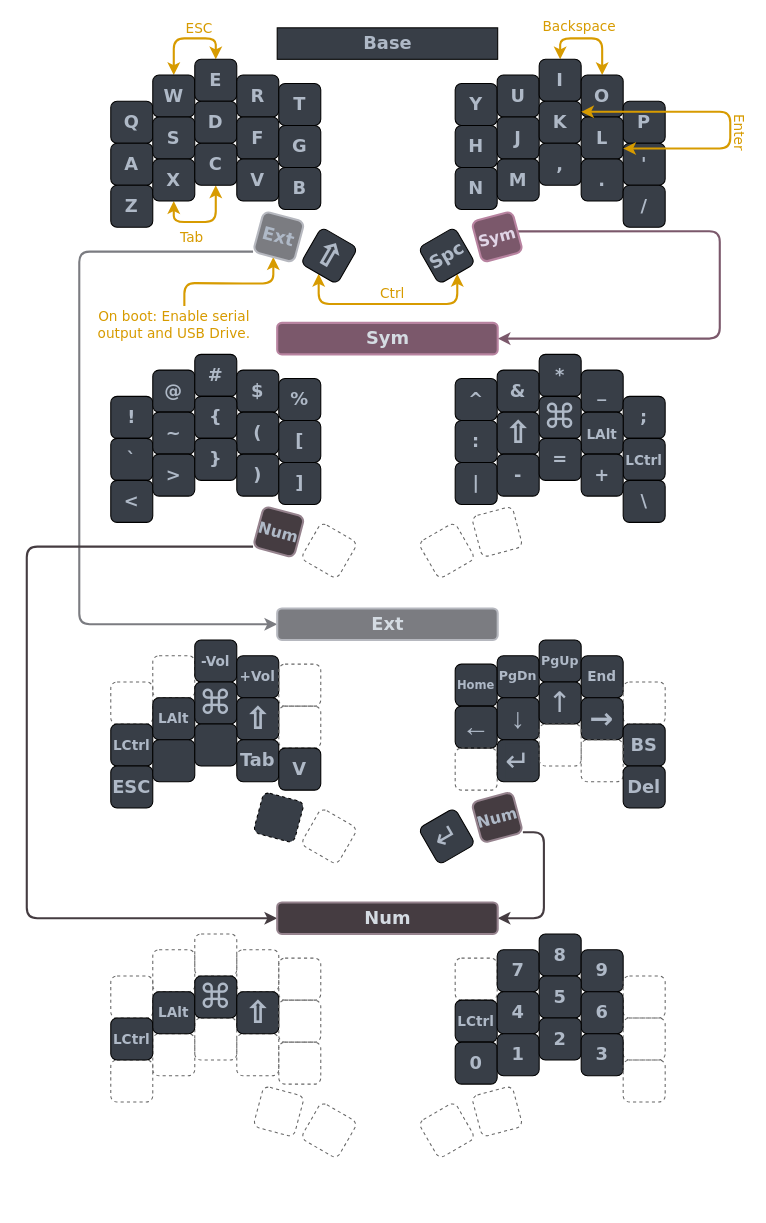
Above: assets/layout.drawio in nirosys/sweep-kmk (draw.io), before the change. Source tidied: cells renumbered, new cells numbered last; positions are measured from the earlier drawing's top-left corner, leaving out a move shared by most shapes. Both pictures are drawn from the tidied source at 105%, with x=0, y=0 at pixel (26, 27).
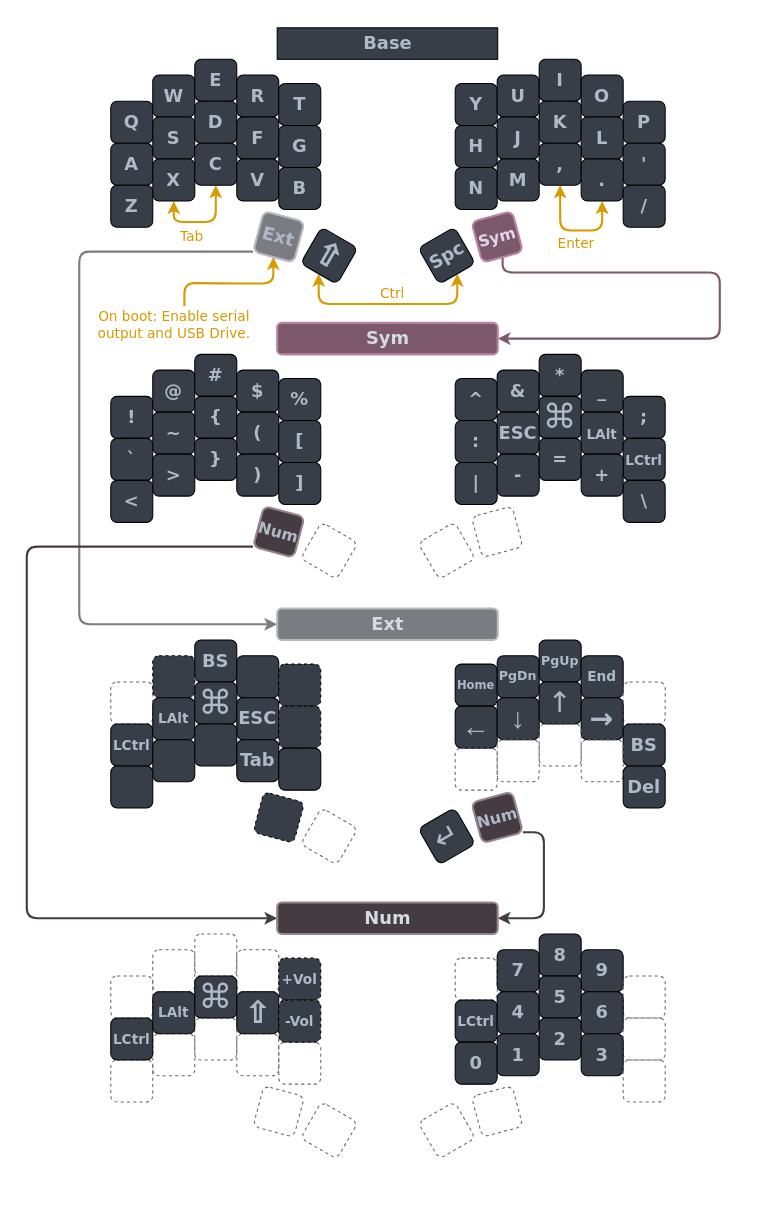
Above is the later version.

Commit message (it also covers changes not shown here):
Update layout to get rid of problematic chords (io, and we) along with misc other changes

Unchanged cells that the change refers to:
```xml
<mxCell id="5" value="W" style="whiteSpace=wrap;html=1;fontSize=17;fontFamily=Verdana;fontStyle=1;fontColor=#AFB9C7;fillColor=#383E47;rounded=1;" parent="1" vertex="1">
  <mxGeometry x="120" y="45" width="40" height="40" as="geometry" />
</mxCell>
<mxCell id="6" value="E" style="whiteSpace=wrap;html=1;fontSize=17;fontFamily=Verdana;fontStyle=1;fontColor=#AFB9C7;fillColor=#383E47;rounded=1;" parent="1" vertex="1">
  <mxGeometry x="160" y="30" width="40" height="40" as="geometry" />
</mxCell>
<mxCell id="31" value="I" style="whiteSpace=wrap;html=1;fontSize=17;fontFamily=Verdana;fontStyle=1;fontColor=#AFB9C7;fillColor=#383E47;rounded=1;" parent="1" vertex="1">
  <mxGeometry x="488" y="30" width="40" height="40" as="geometry" />
</mxCell>
<mxCell id="32" value="O" style="whiteSpace=wrap;html=1;fontSize=17;fontFamily=Verdana;fontStyle=1;fontColor=#AFB9C7;fillColor=#383E47;rounded=1;" parent="1" vertex="1">
  <mxGeometry x="528" y="45" width="40" height="40" as="geometry" />
</mxCell>
<mxCell id="36" value="K" style="whiteSpace=wrap;html=1;fontSize=17;fontFamily=Verdana;fontStyle=1;fontColor=#AFB9C7;fillColor=#383E47;rounded=1;" parent="1" vertex="1">
  <mxGeometry x="488" y="70" width="40" height="40" as="geometry" />
</mxCell>
<mxCell id="37" value="L" style="whiteSpace=wrap;html=1;fontSize=17;fontFamily=Verdana;fontStyle=1;fontColor=#AFB9C7;fillColor=#383E47;rounded=1;" parent="1" vertex="1">
  <mxGeometry x="528" y="85" width="40" height="40" as="geometry" />
</mxCell>
<mxCell id="41" value="," style="whiteSpace=wrap;html=1;fontSize=17;fontFamily=Verdana;fontStyle=1;fontColor=#AFB9C7;fillColor=#383E47;rounded=1;" parent="1" vertex="1">
  <mxGeometry x="488" y="110" width="40" height="40" as="geometry" />
</mxCell>
<mxCell id="42" value="." style="whiteSpace=wrap;html=1;fontSize=17;fontFamily=Verdana;fontStyle=1;fontColor=#AFB9C7;fillColor=#383E47;rounded=1;" parent="1" vertex="1">
  <mxGeometry x="528" y="125" width="40" height="40" as="geometry" />
</mxCell>
<mxCell id="46" value="&lt;font style=&quot;font-size: 15px&quot;&gt;Sym&lt;/font&gt;" style="whiteSpace=wrap;html=1;rotation=-15;fontSize=17;fontFamily=Verdana;fontStyle=1;fillColor=#7B586B;strokeColor=#B883A0;fontColor=#E1D5E7;rounded=1;strokeWidth=2;" parent="1" vertex="1">
  <mxGeometry x="428" y="179" width="40" height="40" as="geometry" />
</mxCell>
<mxCell id="83" value="&lt;b&gt;Sym&lt;/b&gt;" style="rounded=1;whiteSpace=wrap;html=1;fontFamily=Verdana;fontSize=17;fillColor=#7B586B;strokeColor=#B883A0;fontStyle=0;fontColor=#D4DBE2;strokeWidth=2;" parent="1" vertex="1">
  <mxGeometry x="238.5" y="281" width="210" height="30" as="geometry" />
</mxCell>
```

Change to the diagram source:
```diff
@@
-    <mxCell id="3" style="edgeStyle=orthogonalEdgeStyle;rounded=1;jettySize=auto;html=1;exitX=0.5;exitY=0;exitDx=0;exitDy=0;entryX=0.5;entryY=0;entryDx=0;entryDy=0;fontFamily=Verdana;fontSize=13;fontColor=#302316;startArrow=classic;startFill=1;strokeColor=#d79b00;fillColor=#ffe6cc;strokeWidth=2;" parent="1" edge="1" source="5" target="6">
-      <mxGeometry relative="1" as="geometry" />
-    </mxCell>
-    <mxCell id="4" value="ESC" style="edgeLabel;html=1;align=center;verticalAlign=bottom;fontSize=13;fontFamily=Verdana;fontColor=#D79B00;labelBackgroundColor=none;" parent="3" vertex="1">
-      <mxGeometry x="0.22" relative="1" as="geometry" />
-    </mxCell>
@@
-    <mxCell id="29" style="edgeStyle=orthogonalEdgeStyle;rounded=1;jettySize=auto;html=1;exitX=0.5;exitY=0;exitDx=0;exitDy=0;entryX=0.5;entryY=0;entryDx=0;entryDy=0;fontFamily=Verdana;fontSize=13;fontColor=#302316;startArrow=classic;startFill=1;strokeColor=#d79b00;fillColor=#ffe6cc;strokeWidth=2;" parent="1" edge="1" source="31" target="32">
-      <mxGeometry relative="1" as="geometry" />
-    </mxCell>
-    <mxCell id="30" value="Backspace" style="edgeLabel;html=1;align=center;verticalAlign=bottom;fontSize=13;fontFamily=Verdana;fontColor=#D79B00;labelBackgroundColor=none;" parent="29" vertex="1">
-      <mxGeometry x="-0.22" y="1" relative="1" as="geometry" />
-    </mxCell>
@@
+    <mxCell id="159" style="edgeStyle=orthogonalEdgeStyle;rounded=1;sketch=0;jettySize=auto;html=1;exitX=0.5;exitY=1;exitDx=0;exitDy=0;entryX=0.5;entryY=1;entryDx=0;entryDy=0;labelBackgroundColor=none;fontFamily=Verdana;fontSize=17;fontColor=#D79B00;startArrow=classic;startFill=1;endArrow=classic;endFill=1;strokeColor=#D79B00;strokeWidth=2;" parent="1" edge="1" source="41" target="42">
+      <mxGeometry relative="1" as="geometry">
+        <Array as="points">
+          <mxPoint x="508" y="193" />
+          <mxPoint x="548" y="193" />
+        </Array>
+      </mxGeometry>
+    </mxCell>
+    <mxCell id="157" value="Enter" style="edgeLabel;html=1;align=center;verticalAlign=top;fontSize=13;fontFamily=Verdana;fontColor=#D79B00;labelBackgroundColor=none;" parent="159" vertex="1">
+      <mxGeometry x="0.03" y="2" relative="1" as="geometry" />
+    </mxCell>
@@
-    <mxCell id="45" style="edgeStyle=orthogonalEdgeStyle;rounded=1;jettySize=auto;html=1;exitX=1;exitY=0.5;exitDx=0;exitDy=0;entryX=1;entryY=0.5;entryDx=0;entryDy=0;fontSize=14;fontColor=#9933FF;fontFamily=Verdana;strokeColor=#7B586B;strokeWidth=2;" parent="1" edge="1" source="46" target="83">
+    <mxCell id="45" style="edgeStyle=orthogonalEdgeStyle;rounded=1;jettySize=auto;html=1;exitX=0.5;exitY=1;exitDx=0;exitDy=0;entryX=1;entryY=0.5;entryDx=0;entryDy=0;fontSize=14;fontColor=#9933FF;fontFamily=Verdana;strokeColor=#7B586B;strokeWidth=2;" parent="1" edge="1" source="46" target="83">
       <mxGeometry relative="1" as="geometry">
         <Array as="points">
-          <mxPoint x="660" y="194" />
+          <mxPoint x="453" y="233" />
+          <mxPoint x="660" y="233" />
           <mxPoint x="660" y="296" />
         </Array>
       </mxGeometry>
     </mxCell>
@@
-    <mxCell id="72" value="&lt;span style=&quot;font-family: &amp;#34;segoe ui emoji&amp;#34; , &amp;#34;apple color emoji&amp;#34; , &amp;#34;noto color emoji&amp;#34; ; font-size: 28px&quot;&gt;⇧&lt;/span&gt;" style="whiteSpace=wrap;html=1;fontSize=17;fontFamily=Verdana;fontStyle=1;fontColor=#AFB9C7;fillColor=#383E47;rounded=1;" parent="1" vertex="1">
+    <mxCell id="72" value="ESC" style="whiteSpace=wrap;html=1;fontSize=17;fontFamily=Verdana;fontStyle=1;fontColor=#AFB9C7;fillColor=#383E47;rounded=1;" parent="1" vertex="1">
       <mxGeometry x="448" y="366" width="40" height="40" as="geometry" />
     </mxCell>
@@
-    <mxCell id="85" style="whiteSpace=wrap;html=1;fontSize=17;fontFamily=Verdana;fontStyle=1;fontColor=#333333;fillColor=none;rounded=1;strokeColor=#666666;shadow=0;sketch=0;glass=0;dashed=1;" parent="1" vertex="1">
+    <mxCell id="85" style="whiteSpace=wrap;html=1;fontSize=17;fontFamily=Verdana;fontStyle=1;fontColor=#AFB9C7;fillColor=#383E47;rounded=1;strokeColor=default;shadow=0;sketch=0;glass=0;dashed=1;" parent="1" vertex="1">
       <mxGeometry x="120" y="598" width="40" height="40" as="geometry" />
     </mxCell>
-    <mxCell id="86" value="-Vol" style="whiteSpace=wrap;html=1;fontSize=13;fontFamily=Verdana;fontStyle=1;fontColor=#AFB9C7;fillColor=#383E47;rounded=1;" parent="1" vertex="1">
+    <mxCell id="86" value="BS" style="whiteSpace=wrap;html=1;fontSize=17;fontFamily=Verdana;fontStyle=1;fontColor=#AFB9C7;fillColor=#383E47;rounded=1;" parent="1" vertex="1">
       <mxGeometry x="160" y="583" width="40" height="40" as="geometry" />
     </mxCell>
-    <mxCell id="87" value="+Vol" style="whiteSpace=wrap;html=1;fontSize=13;fontFamily=Verdana;fontStyle=1;fontColor=#AFB9C7;fillColor=#383E47;rounded=1;" parent="1" vertex="1">
+    <mxCell id="87" style="whiteSpace=wrap;html=1;fontSize=13;fontFamily=Verdana;fontStyle=1;fontColor=#AFB9C7;fillColor=#383E47;rounded=1;" parent="1" vertex="1">
       <mxGeometry x="200" y="598" width="40" height="40" as="geometry" />
     </mxCell>
-    <mxCell id="88" style="whiteSpace=wrap;html=1;fontSize=17;fontFamily=Verdana;fontStyle=1;fontColor=#333333;fillColor=none;rounded=1;strokeColor=#666666;shadow=0;sketch=0;glass=0;dashed=1;" parent="1" vertex="1">
+    <mxCell id="88" style="whiteSpace=wrap;html=1;fontSize=13;fontFamily=Verdana;fontStyle=1;fontColor=#AFB9C7;fillColor=#383E47;rounded=1;strokeColor=default;shadow=0;sketch=0;glass=0;dashed=1;" parent="1" vertex="1">
       <mxGeometry x="240" y="606" width="40" height="40" as="geometry" />
     </mxCell>
@@
-    <mxCell id="92" value="&lt;span style=&quot;font-family: &amp;#34;segoe ui emoji&amp;#34; , &amp;#34;apple color emoji&amp;#34; , &amp;#34;noto color emoji&amp;#34; ; font-size: 28px&quot;&gt;⇧&lt;/span&gt;" style="whiteSpace=wrap;html=1;fontSize=13;fontFamily=Verdana;fontStyle=1;fillColor=#383E47;strokeColor=default;fontColor=#AFB9C7;rounded=1;" parent="1" vertex="1">
+    <mxCell id="92" value="&lt;span style=&quot;font-size: 17px&quot;&gt;ESC&lt;/span&gt;" style="whiteSpace=wrap;html=1;fontSize=13;fontFamily=Verdana;fontStyle=1;fillColor=#383E47;strokeColor=default;fontColor=#AFB9C7;rounded=1;" parent="1" vertex="1">
       <mxGeometry x="200" y="638" width="40" height="40" as="geometry" />
     </mxCell>
-    <mxCell id="93" style="whiteSpace=wrap;html=1;fontSize=17;fontFamily=Verdana;fontStyle=1;fillColor=none;strokeColor=#666666;fontColor=#333333;rounded=1;shadow=0;sketch=0;glass=0;dashed=1;" parent="1" vertex="1">
+    <mxCell id="93" style="whiteSpace=wrap;html=1;fontSize=17;fontFamily=Verdana;fontStyle=1;fillColor=#383E47;strokeColor=default;fontColor=#AFB9C7;rounded=1;shadow=0;sketch=0;glass=0;dashed=1;" parent="1" vertex="1">
       <mxGeometry x="240" y="646" width="40" height="40" as="geometry" />
     </mxCell>
-    <mxCell id="94" value="&lt;span style=&quot;font-size: 17px;&quot;&gt;ESC&lt;/span&gt;" style="whiteSpace=wrap;html=1;fontSize=17;fontFamily=Verdana;fontStyle=1;fontColor=#AFB9C7;fillColor=#383E47;rounded=1;" parent="1" vertex="1">
+    <mxCell id="94" style="whiteSpace=wrap;html=1;fontSize=17;fontFamily=Verdana;fontStyle=1;fontColor=#AFB9C7;fillColor=#383E47;rounded=1;" parent="1" vertex="1">
       <mxGeometry x="80" y="703" width="40" height="40" as="geometry" />
     </mxCell>
@@
-    <mxCell id="98" value="&lt;span style=&quot;font-size: 17px;&quot;&gt;V&lt;/span&gt;" style="whiteSpace=wrap;html=1;fontSize=17;fontFamily=Verdana;fontStyle=1;fontColor=#AFB9C7;fillColor=#383E47;rounded=1;" parent="1" vertex="1">
+    <mxCell id="98" style="whiteSpace=wrap;html=1;fontSize=17;fontFamily=Verdana;fontStyle=1;fontColor=#AFB9C7;fillColor=#383E47;rounded=1;" parent="1" vertex="1">
       <mxGeometry x="240" y="686" width="40" height="40" as="geometry" />
     </mxCell>
@@
-    <mxCell id="112" value="&lt;span style=&quot;font-size: 28px ; font-weight: 400 ; background-color: rgb(56 , 62 , 71)&quot;&gt;↵&lt;/span&gt;" style="whiteSpace=wrap;html=1;fontSize=17;fontFamily=Verdana;fontStyle=1;fontColor=#AFB9C7;fillColor=#383E47;rounded=1;" parent="1" vertex="1">
+    <mxCell id="112" style="whiteSpace=wrap;html=1;fontSize=17;fontFamily=Verdana;fontStyle=1;fontColor=#333333;fillColor=none;rounded=1;strokeColor=#666666;shadow=0;sketch=0;glass=0;dashed=1;" parent="1" vertex="1">
       <mxGeometry x="448" y="678" width="40" height="40" as="geometry" />
     </mxCell>
@@
-    <mxCell id="124" style="whiteSpace=wrap;html=1;fontSize=17;fontFamily=Verdana;fontStyle=1;fontColor=#333333;fillColor=none;rounded=1;strokeColor=#666666;shadow=0;sketch=0;glass=0;dashed=1;" parent="1" vertex="1">
+    <mxCell id="124" value="&lt;span&gt;+Vol&lt;/span&gt;" style="whiteSpace=wrap;html=1;fontSize=13;fontFamily=Verdana;fontStyle=1;fontColor=#AFB9C7;fillColor=#383E47;rounded=1;strokeColor=default;shadow=0;sketch=0;glass=0;dashed=1;" parent="1" vertex="1">
       <mxGeometry x="240" y="886" width="40" height="40" as="geometry" />
     </mxCell>
@@
-    <mxCell id="152" style="whiteSpace=wrap;html=1;fontSize=17;fontFamily=Verdana;fontStyle=1;fillColor=none;strokeColor=#666666;fontColor=#333333;rounded=1;shadow=0;sketch=0;glass=0;dashed=1;" parent="1" vertex="1">
+    <mxCell id="152" value="&lt;span&gt;-Vol&lt;/span&gt;" style="whiteSpace=wrap;html=1;fontSize=13;fontFamily=Verdana;fontStyle=1;fillColor=#383E47;strokeColor=default;fontColor=#AFB9C7;rounded=1;shadow=0;sketch=0;glass=0;dashed=1;" parent="1" vertex="1">
       <mxGeometry x="240" y="926" width="40" height="40" as="geometry" />
     </mxCell>
@@
-    <mxCell id="156" style="edgeStyle=orthogonalEdgeStyle;rounded=1;jettySize=auto;html=1;exitX=1;exitY=0.25;exitDx=0;exitDy=0;entryX=1;entryY=0.75;entryDx=0;entryDy=0;fontFamily=Verdana;fontSize=13;fontColor=#302316;startArrow=classic;startFill=1;strokeColor=#d79b00;sketch=0;fillColor=#ffe6cc;strokeWidth=2;" parent="1" edge="1" source="36" target="37">
-      <mxGeometry relative="1" as="geometry">
-        <Array as="points">
-          <mxPoint x="670" y="80" />
-          <mxPoint x="670" y="115" />
-        </Array>
-      </mxGeometry>
-    </mxCell>
-    <mxCell id="157" value="Enter" style="edgeLabel;html=1;align=center;verticalAlign=bottom;fontSize=13;fontFamily=Verdana;fontColor=#D79B00;horizontal=1;rotation=90;labelBackgroundColor=none;" parent="156" vertex="1">
-      <mxGeometry x="0.11" y="-3" relative="1" as="geometry">
-        <mxPoint x="3" y="6" as="offset" />
-      </mxGeometry>
-    </mxCell>
```
